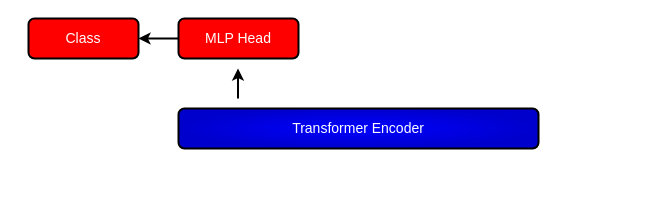
This is Microsopic Fungi.drawio from a3X3k/-Random-, a draw.io file, before an edit. Source tidied: cells renumbered, new cells numbered last; positions are measured from the earlier drawing's top-left corner, leaving out a move shared by most shapes. Both pictures are drawn from the tidied source at 100%, with x=0, y=0 at pixel (28, 18).
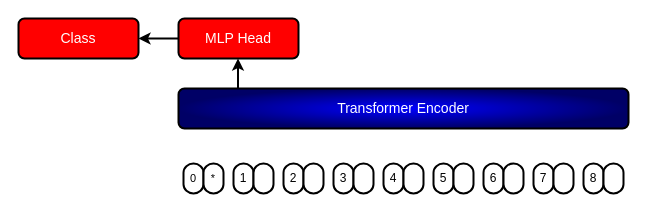
After the change.

What changed in the source:
```diff
@@
-    <mxCell id="2" value="Transformer Encoder" style="rounded=1;whiteSpace=wrap;html=1;strokeWidth=2;fillColor=#0000FF;fontSize=14;glass=0;shadow=0;perimeterSpacing=0;fontColor=#FFFFFF;gradientColor=#0000CC;gradientDirection=radial;fontStyle=0;" parent="1" vertex="1">
-      <mxGeometry x="150" y="90" width="360" height="40" as="geometry" />
+    <mxCell id="2" value="Transformer Encoder" style="rounded=1;whiteSpace=wrap;html=1;strokeWidth=2;fillColor=#0000FF;fontSize=14;glass=0;shadow=0;perimeterSpacing=0;fontColor=#FFFFFF;gradientColor=#000066;gradientDirection=radial;fontStyle=0;" parent="1" vertex="1">
+      <mxGeometry x="150" y="70" width="450" height="40" as="geometry" />
     </mxCell>
     <mxCell id="3" style="edgeStyle=orthogonalEdgeStyle;rounded=0;orthogonalLoop=1;jettySize=auto;html=1;strokeWidth=2;startArrow=classic;startFill=1;endArrow=none;endFill=0;" parent="1" edge="1">
       <mxGeometry relative="1" as="geometry">
-        <mxPoint x="209.5" y="50" as="sourcePoint" />
-        <mxPoint x="209.5" y="80" as="targetPoint" />
+        <mxPoint x="209.5" y="40" as="sourcePoint" />
+        <mxPoint x="209.5" y="70" as="targetPoint" />
       </mxGeometry>
     </mxCell>
@@
-    <mxCell id="6" value="Class" style="rounded=1;whiteSpace=wrap;html=1;strokeWidth=2;fillColor=#FF0000;fontSize=14;glass=0;shadow=0;perimeterSpacing=0;fontColor=#FFFFFF;gradientColor=#FF0000;gradientDirection=radial;fontStyle=0;" parent="1" vertex="1">
-      <mxGeometry width="110" height="40" as="geometry" />
+    <mxCell id="6" value="Class" style="rounded=1;whiteSpace=wrap;html=1;strokeWidth=2;fillColor=#FF0000;fontSize=14;glass=0;shadow=0;perimeterSpacing=0;fontColor=#FFFFFF;gradientColor=none;gradientDirection=radial;fontStyle=0;" parent="1" vertex="1">
+      <mxGeometry x="-10" width="120" height="40" as="geometry" />
     </mxCell>
+    <mxCell id="7" value="0" style="strokeWidth=2;html=1;shape=mxgraph.flowchart.terminator;whiteSpace=wrap;textDirection=ltr;horizontal=0;rotation=90;fontSize=11;" parent="1" vertex="1">
+      <mxGeometry x="150" y="150" width="30" height="20" as="geometry" />
+    </mxCell>
+    <mxCell id="8" value="*" style="strokeWidth=2;html=1;shape=mxgraph.flowchart.terminator;whiteSpace=wrap;textDirection=ltr;horizontal=0;rotation=90;fontSize=11;" parent="1" vertex="1">
+      <mxGeometry x="170" y="150" width="30" height="20" as="geometry" />
+    </mxCell>
+    <mxCell id="9" value="2" style="strokeWidth=2;html=1;shape=mxgraph.flowchart.terminator;whiteSpace=wrap;textDirection=ltr;horizontal=0;rotation=90;" parent="1" vertex="1">
+      <mxGeometry x="250" y="150" width="30" height="20" as="geometry" />
+    </mxCell>
+    <mxCell id="10" style="strokeWidth=2;html=1;shape=mxgraph.flowchart.terminator;whiteSpace=wrap;textDirection=ltr;horizontal=0;rotation=90;" parent="1" vertex="1">
+      <mxGeometry x="270" y="150" width="30" height="20" as="geometry" />
+    </mxCell>
+    <mxCell id="11" value="3" style="strokeWidth=2;html=1;shape=mxgraph.flowchart.terminator;whiteSpace=wrap;textDirection=ltr;horizontal=0;rotation=90;" parent="1" vertex="1">
+      <mxGeometry x="300" y="150" width="30" height="20" as="geometry" />
+    </mxCell>
+    <mxCell id="12" style="strokeWidth=2;html=1;shape=mxgraph.flowchart.terminator;whiteSpace=wrap;textDirection=ltr;horizontal=0;rotation=90;" parent="1" vertex="1">
+      <mxGeometry x="320" y="150" width="30" height="20" as="geometry" />
+    </mxCell>
+    <mxCell id="13" value="1" style="strokeWidth=2;html=1;shape=mxgraph.flowchart.terminator;whiteSpace=wrap;textDirection=ltr;horizontal=0;rotation=90;" parent="1" vertex="1">
+      <mxGeometry x="200" y="150" width="30" height="20" as="geometry" />
+    </mxCell>
+    <mxCell id="14" style="strokeWidth=2;html=1;shape=mxgraph.flowchart.terminator;whiteSpace=wrap;textDirection=ltr;horizontal=0;rotation=90;" parent="1" vertex="1">
+      <mxGeometry x="220" y="150" width="30" height="20" as="geometry" />
+    </mxCell>
+    <mxCell id="15" value="4" style="strokeWidth=2;html=1;shape=mxgraph.flowchart.terminator;whiteSpace=wrap;textDirection=ltr;horizontal=0;rotation=90;" parent="1" vertex="1">
+      <mxGeometry x="350" y="150" width="30" height="20" as="geometry" />
+    </mxCell>
+    <mxCell id="16" style="strokeWidth=2;html=1;shape=mxgraph.flowchart.terminator;whiteSpace=wrap;textDirection=ltr;horizontal=0;rotation=90;" parent="1" vertex="1">
+      <mxGeometry x="370" y="150" width="30" height="20" as="geometry" />
+    </mxCell>
+    <mxCell id="17" value="6" style="strokeWidth=2;html=1;shape=mxgraph.flowchart.terminator;whiteSpace=wrap;textDirection=ltr;horizontal=0;rotation=90;" parent="1" vertex="1">
+      <mxGeometry x="450" y="150" width="30" height="20" as="geometry" />
+    </mxCell>
+    <mxCell id="18" style="strokeWidth=2;html=1;shape=mxgraph.flowchart.terminator;whiteSpace=wrap;textDirection=ltr;horizontal=0;rotation=90;" parent="1" vertex="1">
+      <mxGeometry x="470" y="150" width="30" height="20" as="geometry" />
+    </mxCell>
+    <mxCell id="19" value="7" style="strokeWidth=2;html=1;shape=mxgraph.flowchart.terminator;whiteSpace=wrap;textDirection=ltr;horizontal=0;rotation=90;" parent="1" vertex="1">
+      <mxGeometry x="500" y="150" width="30" height="20" as="geometry" />
+    </mxCell>
+    <mxCell id="20" style="strokeWidth=2;html=1;shape=mxgraph.flowchart.terminator;whiteSpace=wrap;textDirection=ltr;horizontal=0;rotation=90;" parent="1" vertex="1">
+      <mxGeometry x="520" y="150" width="30" height="20" as="geometry" />
+    </mxCell>
+    <mxCell id="21" value="5" style="strokeWidth=2;html=1;shape=mxgraph.flowchart.terminator;whiteSpace=wrap;textDirection=ltr;horizontal=0;rotation=90;" parent="1" vertex="1">
+      <mxGeometry x="400" y="150" width="30" height="20" as="geometry" />
+    </mxCell>
+    <mxCell id="22" style="strokeWidth=2;html=1;shape=mxgraph.flowchart.terminator;whiteSpace=wrap;textDirection=ltr;horizontal=0;rotation=90;" parent="1" vertex="1">
+      <mxGeometry x="420" y="150" width="30" height="20" as="geometry" />
+    </mxCell>
+    <mxCell id="23" value="8" style="strokeWidth=2;html=1;shape=mxgraph.flowchart.terminator;whiteSpace=wrap;textDirection=ltr;horizontal=0;rotation=90;" parent="1" vertex="1">
+      <mxGeometry x="550" y="150" width="30" height="20" as="geometry" />
+    </mxCell>
+    <mxCell id="24" style="strokeWidth=2;html=1;shape=mxgraph.flowchart.terminator;whiteSpace=wrap;textDirection=ltr;horizontal=0;rotation=90;" parent="1" vertex="1">
+      <mxGeometry x="570" y="150" width="30" height="20" as="geometry" />
+    </mxCell>
```
